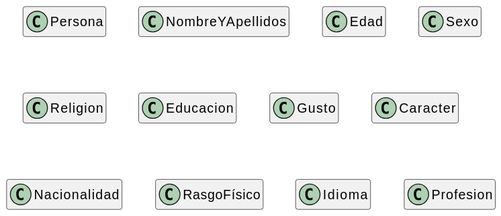
mmasias/25-26-IDSW2 keeps this PlantUML diagram as entregas/lopezMartin/images/dominio.svg. Above is the earlier version.
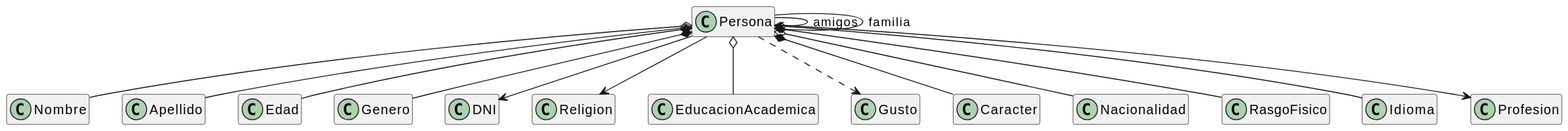
The same file after the commit.

What changed in the source:
```diff
@@ -4,19 +4,25 @@
 class Persona{
 }
 
-class NombreYApellidos{
+class Nombre{
+}
+
+class Apellido{
 }
 
 class Edad{
 }
 
-class Sexo{
+class Genero{
+}
+
+class DNI{
 }
 
 class Religion{
 }
 
-class Educacion{
+class EducacionAcademica{
 }
 
 class Gusto{
@@ -28,7 +34,7 @@
 class Nacionalidad{
 }
 
-class RasgoFísico{
+class RasgoFisico{
 }
 
 class Idioma{
@@ -36,4 +42,20 @@
 
 class Profesion{
 }
+
+Persona *-- Caracter
+Persona *-- Edad
+Persona *-- Genero
+Persona *-- RasgoFisico
+Persona o-- Nombre
+Persona o-- Apellido
+Persona o-- Nacionalidad
+Persona o-- Idioma
+Persona o-- EducacionAcademica
+Persona --> Religion
+Persona --> Persona : amigos
+Persona --> Persona : familia
+Persona --> Profesion
+Persona ..> Gusto
+Persona --> DNI
 @enduml
```
